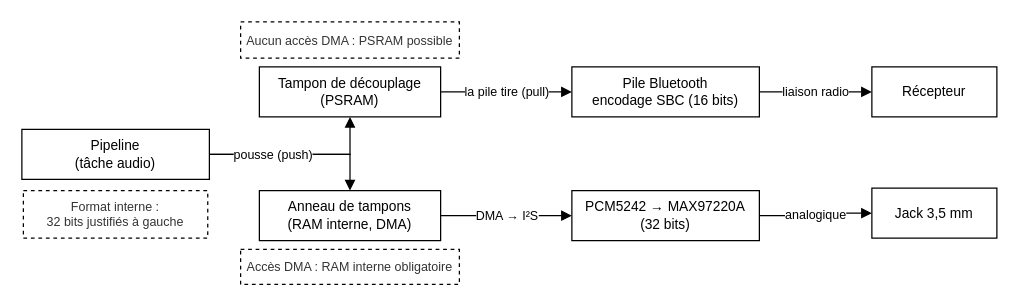
This is assets/figures/Chemins_sortie_audio.drawio from dossantosyann/TB2026-YDS-Report, a draw.io file, before an edit. Source tidied: cells renumbered, new cells numbered last; positions are measured from the earlier drawing's top-left corner, leaving out a move shared by most shapes. Both pictures are drawn from the tidied source at 125%, with x=0, y=0 at pixel (21, 21).
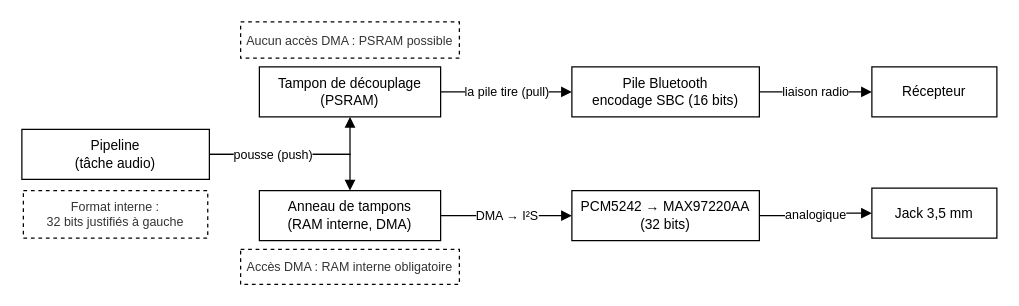
The same page after the edit.

Change to the diagram source:
```diff
@@
 <mxGraphModel>
   <root>
     <mxCell id="0" />
     <mxCell id="1" parent="0" />
     <mxCell id="2" value="Pipeline&#10;(tâche audio)" style="rounded=0;whiteSpace=wrap;html=1;fontSize=11;" parent="1" vertex="1">
       <mxGeometry y="86" width="150" height="40" as="geometry" />
     </mxCell>
     <mxCell id="3" value="Format interne :&#10;32 bits justifiés à gauche" style="rounded=0;whiteSpace=wrap;html=1;dashed=1;fillColor=none;fontSize=10;fontColor=#333333;" parent="1" vertex="1">
       <mxGeometry x="1.2" y="135" width="147.5" height="38" as="geometry" />
     </mxCell>
     <mxCell id="4" value="Aucun accès DMA : PSRAM possible" style="rounded=0;whiteSpace=wrap;html=1;dashed=1;fillColor=none;fontSize=10;fontColor=#333333;" parent="1" vertex="1">
       <mxGeometry x="175" width="175" height="29" as="geometry" />
     </mxCell>
     <mxCell id="5" value="Tampon de découplage&#10;(PSRAM)" style="rounded=0;whiteSpace=wrap;html=1;fontSize=11;" parent="1" vertex="1">
       <mxGeometry x="190" y="36" width="145" height="40" as="geometry" />
     </mxCell>
     <mxCell id="6" value="Pile Bluetooth&#10;encodage SBC (16 bits)" style="rounded=0;whiteSpace=wrap;html=1;fontSize=11;" parent="1" vertex="1">
       <mxGeometry x="440" y="36" width="150" height="40" as="geometry" />
     </mxCell>
     <mxCell id="7" value="Récepteur" style="rounded=0;whiteSpace=wrap;html=1;fontSize=11;" parent="1" vertex="1">
       <mxGeometry x="680" y="36" width="100" height="40" as="geometry" />
     </mxCell>
     <mxCell id="8" value="Anneau de tampons&#10;(RAM interne, DMA)" style="rounded=0;whiteSpace=wrap;html=1;fontSize=11;" parent="1" vertex="1">
       <mxGeometry x="190" y="135" width="145" height="40" as="geometry" />
     </mxCell>
-    <mxCell id="9" value="PCM5242 → MAX97220A&#10;(32 bits)" style="rounded=0;whiteSpace=wrap;html=1;fontSize=11;" parent="1" vertex="1">
+    <mxCell id="9" value="PCM5242 → MAX97220AA&#10;(32 bits)" style="rounded=0;whiteSpace=wrap;html=1;fontSize=11;" parent="1" vertex="1">
       <mxGeometry x="440" y="135" width="150" height="40" as="geometry" />
     </mxCell>
     <mxCell id="10" value="Jack 3,5 mm" style="rounded=0;whiteSpace=wrap;html=1;fontSize=11;" parent="1" vertex="1">
       <mxGeometry x="680" y="133" width="100" height="40" as="geometry" />
     </mxCell>
     <mxCell id="11" value="Accès DMA : RAM interne obligatoire" style="rounded=0;whiteSpace=wrap;html=1;dashed=1;fillColor=none;fontSize=10;fontColor=#333333;" parent="1" vertex="1">
       <mxGeometry x="175" y="182" width="175" height="28" as="geometry" />
     </mxCell>
     <mxCell id="12" style="edgeStyle=orthogonalEdgeStyle;rounded=0;html=1;endArrow=block;fontSize=10;" parent="1" edge="1" source="2" target="5">
       <mxGeometry relative="1" as="geometry" />
     </mxCell>
     <mxCell id="13" value="la pile tire (pull)" style="edgeStyle=orthogonalEdgeStyle;rounded=0;html=1;endArrow=block;fontSize=10;" parent="1" edge="1" source="5" target="6">
       <mxGeometry relative="1" as="geometry" />
     </mxCell>
     <mxCell id="14" value="liaison radio" style="edgeStyle=orthogonalEdgeStyle;rounded=0;html=1;endArrow=block;fontSize=10;" parent="1" edge="1" source="6" target="7">
       <mxGeometry relative="1" as="geometry" />
     </mxCell>
     <mxCell id="15" value="pousse (push)" style="edgeStyle=orthogonalEdgeStyle;rounded=0;html=1;endArrow=block;fontSize=10;" parent="1" edge="1" source="2" target="8">
       <mxGeometry x="-0.28" relative="1" as="geometry" />
     </mxCell>
     <mxCell id="16" value="DMA → I²S" style="edgeStyle=orthogonalEdgeStyle;rounded=0;html=1;endArrow=block;fontSize=10;" parent="1" edge="1" source="8" target="9">
       <mxGeometry relative="1" as="geometry" />
     </mxCell>
     <mxCell id="17" value="analogique" style="edgeStyle=orthogonalEdgeStyle;rounded=0;html=1;endArrow=block;fontSize=10;" parent="1" edge="1" source="9" target="10">
       <mxGeometry relative="1" as="geometry" />
     </mxCell>
   </root>
 </mxGraphModel>
```
